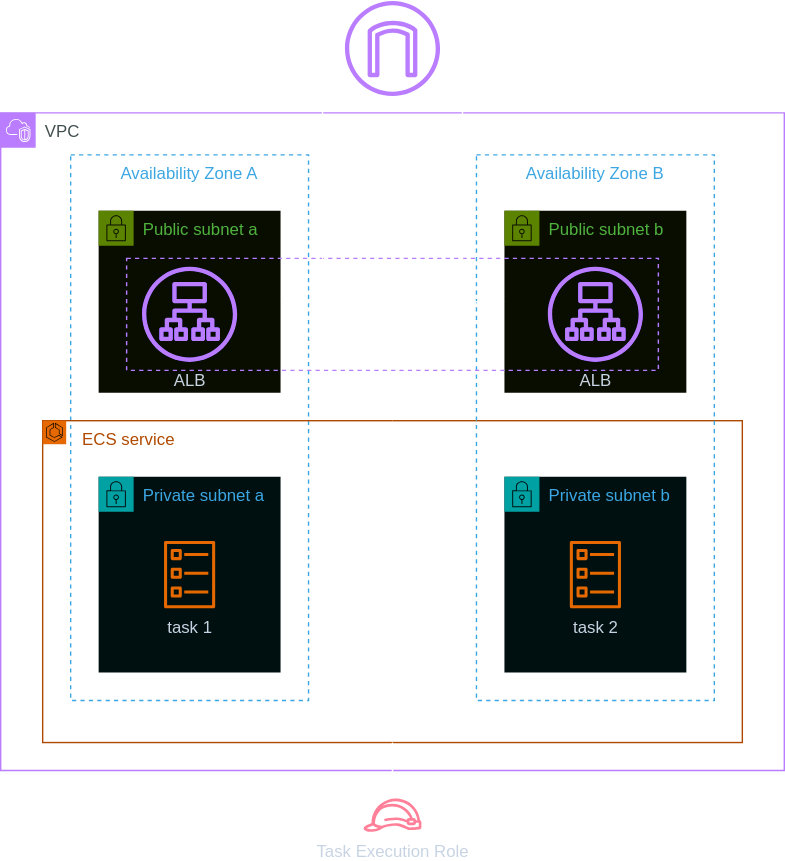
superluminar-io/aws_advanced_workshop keeps this draw.io diagram as docs/media/lab_2_arch.drawio.svg. Above is the earlier version. Source tidied: cells renumbered, new cells last; positions are measured from the earlier drawing's top-left corner, leaving out a move shared by most shapes.
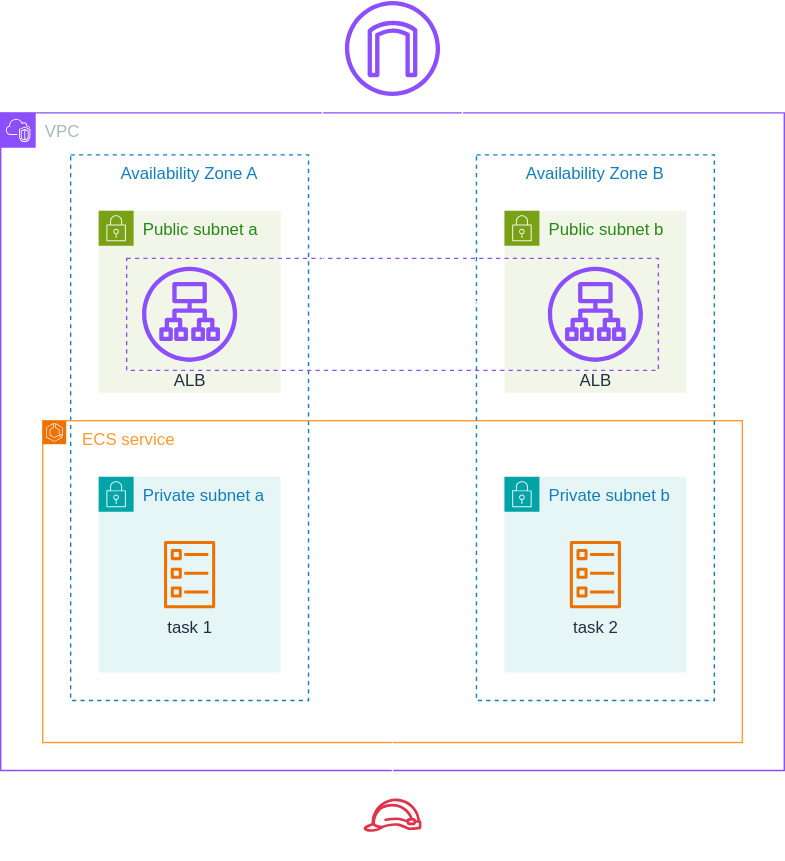
Above is the later version.

Diff of the diagram source:
```diff
@@ -29,14 +29,6 @@
     <mxCell id="10" value="ALB" style="sketch=0;fontColor=#232F3E;gradientColor=none;fillColor=#8C4FFF;strokeColor=none;dashed=0;verticalLabelPosition=bottom;verticalAlign=top;align=center;html=1;fontSize=12;fontStyle=0;shape=mxgraph.aws4.application_load_balancer;" parent="2" vertex="1">
       <mxGeometry x="101" y="110" width="68" height="68" as="geometry" />
     </mxCell>
-    <mxCell id="11" style="edgeStyle=orthogonalEdgeStyle;rounded=0;jettySize=auto;html=1;" parent="2" edge="1" source="17" target="6">
-      <mxGeometry relative="1" as="geometry">
-        <Array as="points">
-          <mxPoint x="280" y="210" />
-          <mxPoint x="280" y="210" />
-        </Array>
-      </mxGeometry>
-    </mxCell>
     <mxCell id="12" value="Availability Zone B" style="fillColor=none;strokeColor=#147EBA;dashed=1;verticalAlign=top;fontStyle=0;fontColor=#147EBA;whiteSpace=wrap;html=1;" parent="2" vertex="1">
       <mxGeometry x="340" y="30" width="170" height="390" as="geometry" />
     </mxCell>
@@ -58,7 +50,7 @@
     <mxCell id="18" style="sketch=0;outlineConnect=0;fontColor=#232F3E;gradientColor=none;fillColor=#8C4FFF;strokeColor=none;dashed=0;verticalLabelPosition=bottom;verticalAlign=top;align=center;html=1;fontSize=12;fontStyle=0;shape=mxgraph.aws4.internet_gateway;" parent="1" vertex="1">
       <mxGeometry x="246" width="68" height="68" as="geometry" />
     </mxCell>
-    <mxCell id="19" style="edgeStyle=orthogonalEdgeStyle;rounded=0;jettySize=auto;html=1;startArrow=classic;startFill=1;" parent="1" edge="1" source="18" target="4">
+    <mxCell id="19" style="edgeStyle=orthogonalEdgeStyle;rounded=0;jettySize=auto;html=1;startArrow=classic;startFill=1;strokeColor=#FFFFFF;" parent="1" edge="1" source="18" target="4">
       <mxGeometry relative="1" as="geometry">
         <Array as="points">
           <mxPoint x="230" y="34" />
@@ -66,7 +58,7 @@
         </Array>
       </mxGeometry>
     </mxCell>
-    <mxCell id="20" style="edgeStyle=orthogonalEdgeStyle;rounded=0;jettySize=auto;html=1;startArrow=classic;startFill=1;" parent="1" edge="1" source="18" target="13">
+    <mxCell id="20" style="edgeStyle=orthogonalEdgeStyle;rounded=0;jettySize=auto;html=1;startArrow=classic;startFill=1;strokeColor=#FFFFFF;" parent="1" edge="1" source="18" target="13">
       <mxGeometry relative="1" as="geometry">
         <Array as="points">
           <mxPoint x="330" y="34" />
@@ -74,10 +66,10 @@
         </Array>
       </mxGeometry>
     </mxCell>
-    <mxCell id="21" value="Task Execution Role" style="sketch=0;outlineConnect=0;fontColor=#232F3E;gradientColor=none;fillColor=#DD344C;strokeColor=none;dashed=0;verticalLabelPosition=bottom;verticalAlign=top;align=center;html=1;fontSize=12;fontStyle=0;shape=mxgraph.aws4.role;" parent="1" vertex="1">
+    <mxCell id="21" value="Task Execution Role" style="sketch=0;outlineConnect=0;fontColor=#FFFFFF;gradientColor=none;fillColor=#DD344C;strokeColor=none;dashed=0;verticalLabelPosition=bottom;verticalAlign=top;align=center;html=1;fontSize=12;fontStyle=0;shape=mxgraph.aws4.role;" parent="1" vertex="1">
       <mxGeometry x="258.9" y="570" width="42.2" height="23.8" as="geometry" />
     </mxCell>
-    <mxCell id="22" style="edgeStyle=orthogonalEdgeStyle;rounded=0;jettySize=auto;html=1;" parent="1" edge="1" source="6" target="21">
+    <mxCell id="22" style="edgeStyle=orthogonalEdgeStyle;rounded=0;jettySize=auto;html=1;strokeColor=#FFFFFF;" parent="1" edge="1" source="6" target="21">
       <mxGeometry relative="1" as="geometry" />
     </mxCell>
   </root>
```
